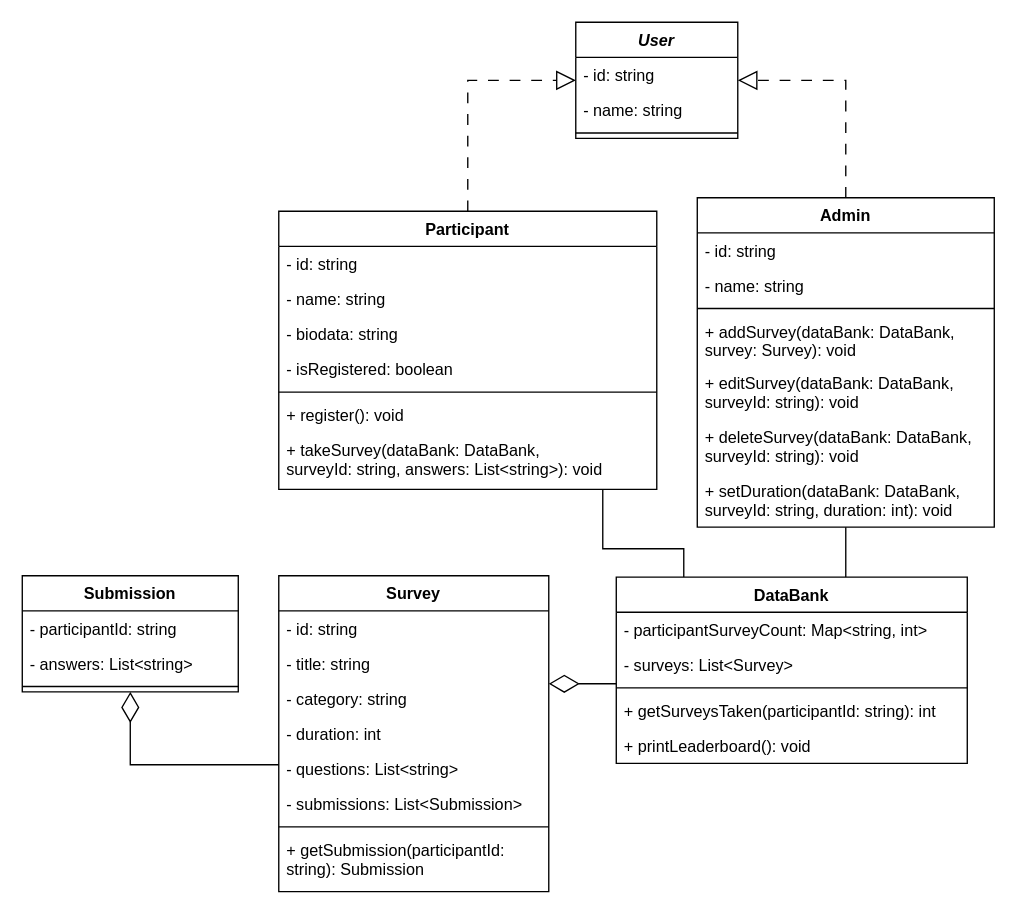
ariefrahmanna/omaapinions keeps this draw.io diagram as page "Class Diagram" (1 of 2) of omaapinions.drawio. Above is the earlier version. Source tidied: cells renumbered, new cells numbered last; positions are measured from the earlier drawing's top-left corner, leaving out a move shared by most shapes. Both pictures are drawn from the tidied source at 135%, with x=0, y=0 at pixel (22, 22).
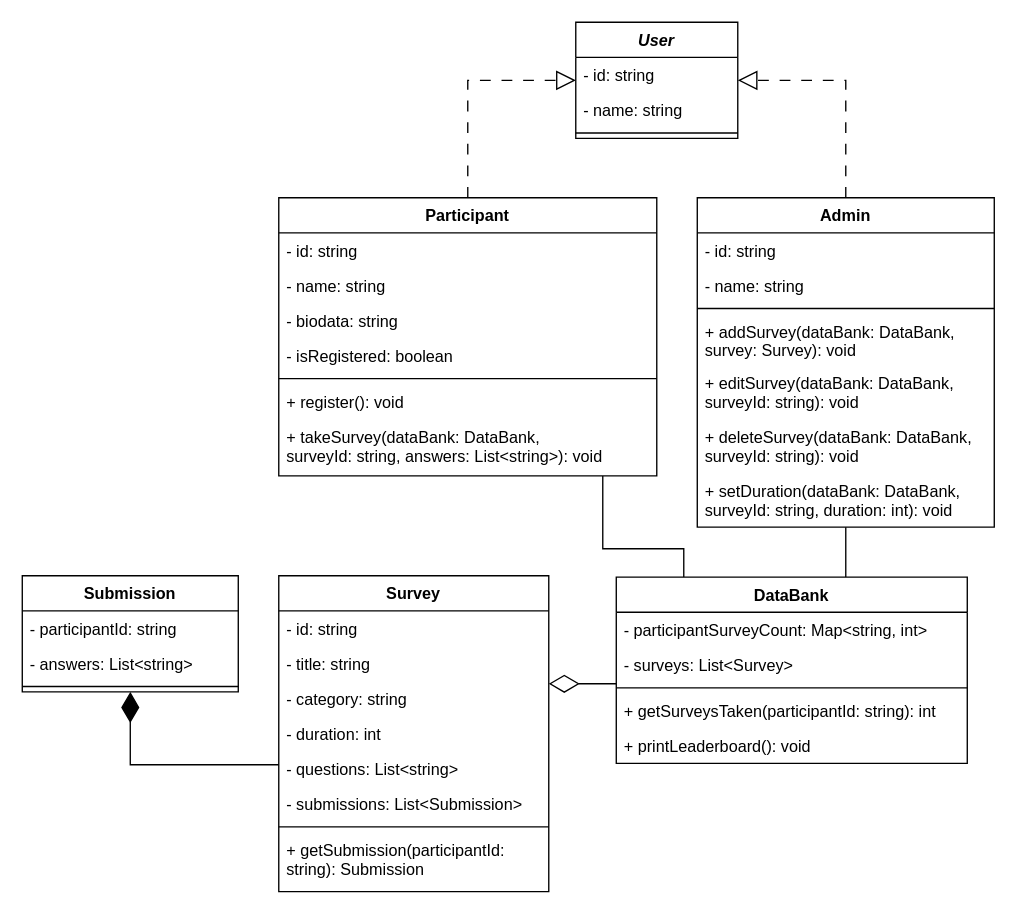
After the change.

The change refers to these unchanged cells:
```xml
<mxCell id="23" value="Survey" style="swimlane;fontStyle=1;align=center;verticalAlign=top;horizontal=1;startSize=26;" parent="1" vertex="1">
  <mxGeometry x="190" y="410" width="200" height="234" as="geometry" />
</mxCell>
<mxCell id="43" value="Submission" style="swimlane;fontStyle=1;align=center;verticalAlign=top;horizontal=1;startSize=26;" parent="1" vertex="1">
  <mxGeometry y="410" width="160" height="86" as="geometry" />
</mxCell>
```

Diff of the diagram source:
```diff
@@
     <mxCell id="14" value="Participant" style="swimlane;fontStyle=1;align=center;verticalAlign=top;horizontal=1;startSize=26;" parent="1" vertex="1">
-      <mxGeometry x="190" y="140" width="280" height="206" as="geometry" />
+      <mxGeometry x="190" y="130" width="280" height="206" as="geometry" />
     </mxCell>
@@
-    <mxCell id="22" style="edgeStyle=orthogonalEdgeStyle;rounded=0;html=1;strokeWidth=1;endArrow=diamondThin;endFill=0;endSize=20;" parent="1" edge="1" source="23" target="43">
+    <mxCell id="22" style="edgeStyle=orthogonalEdgeStyle;rounded=0;html=1;strokeWidth=1;endArrow=diamondThin;endFill=1;endSize=20;" parent="1" edge="1" source="23" target="43">
       <mxGeometry relative="1" as="geometry">
         <Array as="points">
           <mxPoint x="80" y="550" />
         </Array>
       </mxGeometry>
     </mxCell>
```
